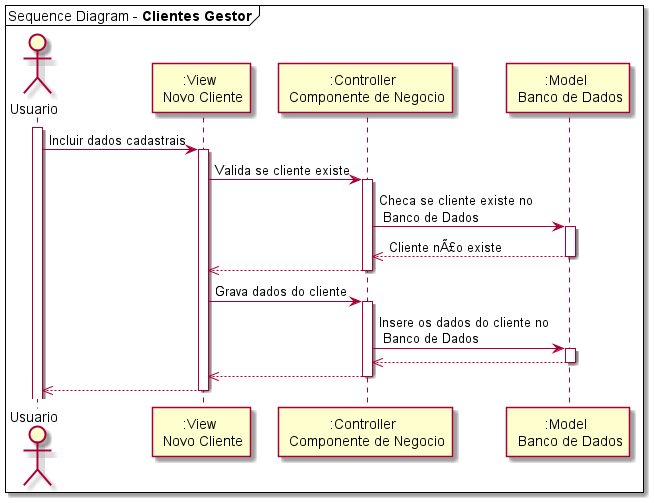
This is modelagem/Sequence_Diagram.png from douglascarlos-dev/Clientes-Gestor, a PlantUML export, as it was before one commit.
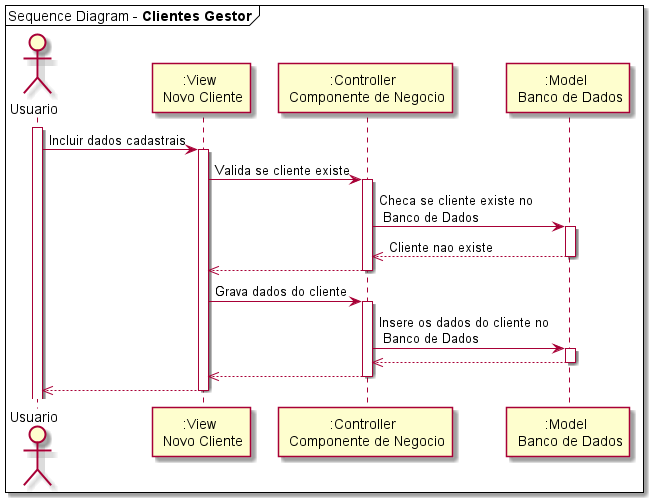
The same diagram one commit later.

Commit message:
:books: Atualização da documentação

Change to the diagram source:
```diff
@@ -14,7 +14,7 @@
 
 ":Controller \n Componente de Negocio" -> ":Model \n Banco de Dados": Checa se cliente existe no \n Banco de Dados
 activate ":Model \n Banco de Dados"
-":Model \n Banco de Dados" -->> ":Controller \n Componente de Negocio": Cliente nÃ£o existe
+":Model \n Banco de Dados" -->> ":Controller \n Componente de Negocio": Cliente nao existe
 deactivate ":Model \n Banco de Dados"
 
 ":Controller \n Componente de Negocio" -->> ":View \n Novo Cliente":
```
